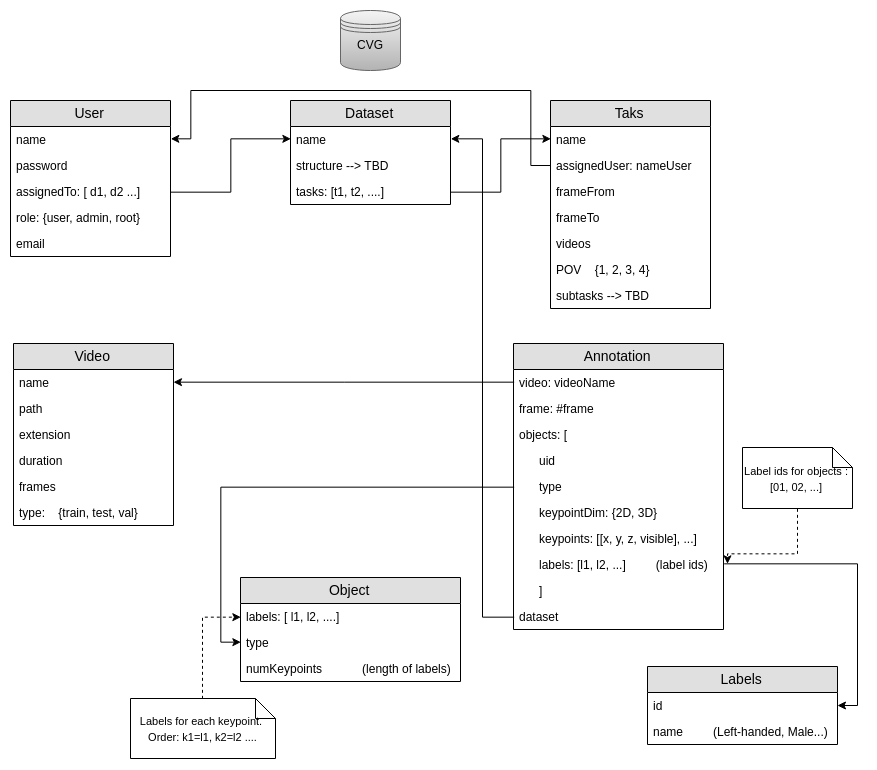
Before: images/CVG_BBDD.png, a diagram exported from draw.io (bonn-activity-maps/bam_annotation_tool). Source tidied: cells renumbered, new cells last; positions are measured from the earlier drawing's top-left corner, leaving out a move shared by most shapes.
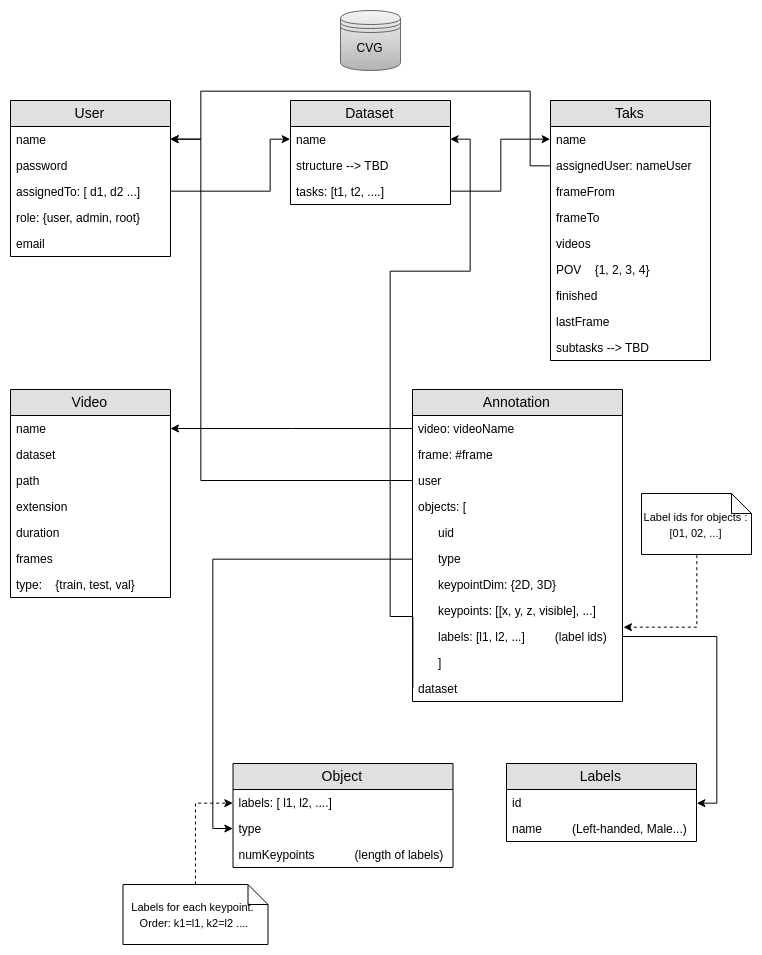
The same file after the commit.

Commit message:
#27 #35 Add task management in database. Add task and annotation parameters in db diagram

Diff of the diagram source:
```diff
@@ -36,10 +36,15 @@
       <mxGeometry y="78" width="160" height="26" as="geometry" />
     </mxCell>
     <mxCell id="13" style="edgeStyle=orthogonalEdgeStyle;rounded=0;jettySize=auto;html=1;exitX=1;exitY=0.5;exitDx=0;exitDy=0;entryX=0;entryY=0.5;entryDx=0;entryDy=0;" parent="1" edge="1" source="6" target="10">
-      <mxGeometry relative="1" as="geometry" />
+      <mxGeometry relative="1" as="geometry">
+        <Array as="points">
+          <mxPoint x="260" y="181" />
+          <mxPoint x="260" y="129" />
+        </Array>
+      </mxGeometry>
     </mxCell>
     <mxCell id="14" value="Annotation" style="swimlane;fontStyle=0;horizontal=1;startSize=26;fillColor=#e0e0e0;swimlaneFillColor=#ffffff;align=center;fontSize=14;" parent="1" vertex="1">
-      <mxGeometry x="503" y="333" width="210" height="286" as="geometry" />
+      <mxGeometry x="402" y="379" width="210" height="312" as="geometry" />
     </mxCell>
     <mxCell id="15" value="video: videoName" style="text;strokeColor=none;fillColor=none;spacingLeft=4;spacingRight=4;overflow=hidden;points=[[0,0.5],[1,0.5]];portConstraint=eastwest;fontSize=12;" parent="14" vertex="1">
       <mxGeometry y="26" width="210" height="26" as="geometry" />
@@ -47,32 +52,35 @@
     <mxCell id="16" value="frame: #frame" style="text;strokeColor=none;fillColor=none;spacingLeft=4;spacingRight=4;overflow=hidden;fontSize=12;" parent="14" vertex="1">
       <mxGeometry y="52" width="210" height="26" as="geometry" />
     </mxCell>
+    <mxCell id="57" value="user" style="text;strokeColor=none;fillColor=none;spacingLeft=4;spacingRight=4;overflow=hidden;points=[[0,0.5],[1,0.5]];portConstraint=eastwest;fontSize=12;" parent="14" vertex="1">
+      <mxGeometry y="78" width="210" height="26" as="geometry" />
+    </mxCell>
     <mxCell id="17" value="objects: [" style="text;strokeColor=none;fillColor=none;spacingLeft=4;spacingRight=4;overflow=hidden;fontSize=12;" parent="14" vertex="1">
-      <mxGeometry y="78" width="210" height="26" as="geometry" />
+      <mxGeometry y="104" width="210" height="26" as="geometry" />
     </mxCell>
     <mxCell id="18" value="      uid" style="text;strokeColor=none;fillColor=none;spacingLeft=4;spacingRight=4;overflow=hidden;fontSize=12;" parent="14" vertex="1">
-      <mxGeometry y="104" width="210" height="26" as="geometry" />
+      <mxGeometry y="130" width="210" height="26" as="geometry" />
     </mxCell>
     <mxCell id="19" value="      type" style="text;strokeColor=none;fillColor=none;spacingLeft=4;spacingRight=4;overflow=hidden;points=[[0,0.5],[1,0.5]];portConstraint=eastwest;fontSize=12;" parent="14" vertex="1">
-      <mxGeometry y="130" width="210" height="26" as="geometry" />
+      <mxGeometry y="156" width="210" height="26" as="geometry" />
     </mxCell>
     <mxCell id="20" value="      keypointDim: {2D, 3D}" style="text;strokeColor=none;fillColor=none;spacingLeft=4;spacingRight=4;overflow=hidden;fontSize=12;" parent="14" vertex="1">
-      <mxGeometry y="156" width="210" height="26" as="geometry" />
+      <mxGeometry y="182" width="210" height="26" as="geometry" />
     </mxCell>
     <mxCell id="21" value="      keypoints: [[x, y, z, visible], ...]" style="text;strokeColor=none;fillColor=none;spacingLeft=4;spacingRight=4;overflow=hidden;fontSize=12;" parent="14" vertex="1">
-      <mxGeometry y="182" width="210" height="26" as="geometry" />
+      <mxGeometry y="208" width="210" height="26" as="geometry" />
     </mxCell>
     <mxCell id="22" value="      labels: [l1, l2, ...]         (label ids)&#10;" style="text;strokeColor=none;fillColor=none;spacingLeft=4;spacingRight=4;overflow=hidden;points=[[0,0.5],[1,0.5]];portConstraint=eastwest;fontSize=12;fontColor=#000000;" parent="14" vertex="1">
-      <mxGeometry y="208" width="210" height="26" as="geometry" />
+      <mxGeometry y="234" width="210" height="26" as="geometry" />
     </mxCell>
     <mxCell id="23" value="      ]                       " style="text;strokeColor=none;fillColor=none;spacingLeft=4;spacingRight=4;overflow=hidden;fontSize=12;" parent="14" vertex="1">
-      <mxGeometry y="234" width="210" height="26" as="geometry" />
+      <mxGeometry y="260" width="210" height="26" as="geometry" />
     </mxCell>
     <mxCell id="24" value="dataset" style="text;strokeColor=none;fillColor=none;spacingLeft=4;spacingRight=4;overflow=hidden;points=[[0,0.5],[1,0.5]];portConstraint=eastwest;fontSize=12;" parent="14" vertex="1">
-      <mxGeometry y="260" width="210" height="26" as="geometry" />
+      <mxGeometry y="286" width="210" height="26" as="geometry" />
     </mxCell>
     <mxCell id="25" value="Object" style="swimlane;fontStyle=0;horizontal=1;startSize=26;fillColor=#e0e0e0;swimlaneFillColor=#ffffff;align=center;fontSize=14;" parent="1" vertex="1">
-      <mxGeometry x="230" y="567" width="220" height="104" as="geometry" />
+      <mxGeometry x="222.5" y="753" width="220" height="104" as="geometry" />
     </mxCell>
     <mxCell id="26" value="labels: [ l1, l2, ....]" style="text;strokeColor=none;fillColor=none;spacingLeft=4;spacingRight=4;overflow=hidden;points=[[0,0.5],[1,0.5]];portConstraint=eastwest;fontSize=12;" parent="25" vertex="1">
       <mxGeometry y="26" width="220" height="26" as="geometry" />
@@ -84,7 +92,7 @@
       <mxGeometry y="78" width="220" height="26" as="geometry" />
     </mxCell>
     <mxCell id="29" value="Labels" style="swimlane;fontStyle=0;horizontal=1;startSize=26;fillColor=#e0e0e0;swimlaneFillColor=#ffffff;align=center;fontSize=14;" parent="1" vertex="1">
-      <mxGeometry x="637" y="656" width="190" height="78" as="geometry" />
+      <mxGeometry x="496" y="753" width="190" height="78" as="geometry" />
     </mxCell>
     <mxCell id="30" value="id" style="text;strokeColor=none;fillColor=none;spacingLeft=4;spacingRight=4;overflow=hidden;points=[[0,0.5],[1,0.5]];portConstraint=eastwest;fontSize=12;" parent="29" vertex="1">
       <mxGeometry y="26" width="190" height="26" as="geometry" />
@@ -93,7 +101,7 @@
       <mxGeometry y="52" width="190" height="26" as="geometry" />
     </mxCell>
     <mxCell id="32" value="Taks" style="swimlane;fontStyle=0;horizontal=1;startSize=26;fillColor=#e0e0e0;swimlaneFillColor=#ffffff;align=center;fontSize=14;" parent="1" vertex="1">
-      <mxGeometry x="540" y="90" width="160" height="208" as="geometry" />
+      <mxGeometry x="540" y="90" width="160" height="260" as="geometry" />
     </mxCell>
     <mxCell id="33" value="name" style="text;strokeColor=none;fillColor=none;spacingLeft=4;spacingRight=4;overflow=hidden;points=[[0,0.5],[1,0.5]];portConstraint=eastwest;fontSize=12;" parent="32" vertex="1">
       <mxGeometry y="26" width="160" height="26" as="geometry" />
@@ -113,8 +121,14 @@
     <mxCell id="38" value="POV    {1, 2, 3, 4}" style="text;strokeColor=none;fillColor=none;spacingLeft=4;spacingRight=4;overflow=hidden;fontSize=12;" parent="32" vertex="1">
       <mxGeometry y="156" width="160" height="26" as="geometry" />
     </mxCell>
+    <mxCell id="58" value="finished&#10;" style="text;strokeColor=none;fillColor=none;spacingLeft=4;spacingRight=4;overflow=hidden;fontSize=12;" parent="32" vertex="1">
+      <mxGeometry y="182" width="160" height="26" as="geometry" />
+    </mxCell>
+    <mxCell id="59" value="lastFrame" style="text;strokeColor=none;fillColor=none;spacingLeft=4;spacingRight=4;overflow=hidden;fontSize=12;" parent="32" vertex="1">
+      <mxGeometry y="208" width="160" height="26" as="geometry" />
+    </mxCell>
     <mxCell id="39" value="subtasks --&gt; TBD" style="text;strokeColor=none;fillColor=none;spacingLeft=4;spacingRight=4;overflow=hidden;fontSize=12;" parent="32" vertex="1">
-      <mxGeometry y="182" width="160" height="26" as="geometry" />
+      <mxGeometry y="234" width="160" height="26" as="geometry" />
     </mxCell>
     <mxCell id="40" style="edgeStyle=orthogonalEdgeStyle;rounded=0;jettySize=auto;html=1;exitX=1;exitY=0.5;exitDx=0;exitDy=0;entryX=0;entryY=0.5;entryDx=0;entryDy=0;" parent="1" edge="1" source="12" target="33">
       <mxGeometry relative="1" as="geometry" />
@@ -123,9 +137,9 @@
       <mxGeometry relative="1" as="geometry">
         <Array as="points">
           <mxPoint x="520" y="155" />
-          <mxPoint x="520" y="80" />
-          <mxPoint x="180" y="80" />
-          <mxPoint x="180" y="129" />
+          <mxPoint x="520" y="81" />
+          <mxPoint x="190" y="81" />
+          <mxPoint x="190" y="129" />
         </Array>
       </mxGeometry>
     </mxCell>
@@ -135,50 +149,63 @@
     <mxCell id="43" style="edgeStyle=orthogonalEdgeStyle;rounded=0;jettySize=auto;html=1;exitX=1;exitY=0.5;exitDx=0;exitDy=0;entryX=1;entryY=0.5;entryDx=0;entryDy=0;fontColor=#000000;" parent="1" edge="1" source="22" target="30">
       <mxGeometry relative="1" as="geometry" />
     </mxCell>
-    <mxCell id="44" style="edgeStyle=orthogonalEdgeStyle;rounded=0;jettySize=auto;html=1;exitX=0.5;exitY=1;exitDx=0;exitDy=0;exitPerimeter=0;dashed=1;fontColor=#000000;" parent="1" edge="1" source="45">
-      <mxGeometry relative="1" as="geometry">
-        <mxPoint x="717" y="553" as="targetPoint" />
-        <Array as="points">
-          <mxPoint x="787" y="543" />
-          <mxPoint x="717" y="543" />
-        </Array>
-      </mxGeometry>
-    </mxCell>
+    <mxCell id="60" style="edgeStyle=orthogonalEdgeStyle;rounded=0;jettySize=auto;html=1;exitX=0.5;exitY=1;exitDx=0;exitDy=0;exitPerimeter=0;entryX=1.005;entryY=0.141;entryDx=0;entryDy=0;entryPerimeter=0;dashed=1;" parent="1" edge="1" source="45" target="22">
+      <mxGeometry relative="1" as="geometry" />
+    </mxCell>
     <mxCell id="45" value="&lt;font style=&quot;font-size: 11px&quot;&gt;Label ids for objects : [01, 02, ...]&lt;/font&gt;" style="shape=note;strokeWidth=1;fontSize=14;size=20;whiteSpace=wrap;html=1;" parent="1" vertex="1">
-      <mxGeometry x="732" y="437" width="110" height="61" as="geometry" />
+      <mxGeometry x="631" y="483" width="110" height="61" as="geometry" />
     </mxCell>
     <mxCell id="46" style="edgeStyle=orthogonalEdgeStyle;rounded=0;jettySize=auto;html=1;exitX=0.5;exitY=0;exitDx=0;exitDy=0;exitPerimeter=0;entryX=0;entryY=0.5;entryDx=0;entryDy=0;dashed=1;fontColor=#000000;" parent="1" edge="1" source="47" target="26">
       <mxGeometry relative="1" as="geometry" />
     </mxCell>
     <mxCell id="47" value="&lt;font style=&quot;font-size: 11px&quot;&gt;Labels for each keypoint. &lt;br&gt;Order: k1=l1, k2=l2 ....&lt;/font&gt;" style="shape=note;strokeWidth=1;fontSize=14;size=20;whiteSpace=wrap;html=1;" parent="1" vertex="1">
-      <mxGeometry x="120" y="688" width="145" height="60" as="geometry" />
+      <mxGeometry x="112.5" y="874" width="145" height="60" as="geometry" />
     </mxCell>
     <mxCell id="48" style="edgeStyle=orthogonalEdgeStyle;rounded=0;jettySize=auto;html=1;exitX=0;exitY=0.5;exitDx=0;exitDy=0;entryX=1;entryY=0.5;entryDx=0;entryDy=0;" parent="1" edge="1" source="24" target="10">
-      <mxGeometry relative="1" as="geometry" />
+      <mxGeometry relative="1" as="geometry">
+        <Array as="points">
+          <mxPoint x="402" y="606" />
+          <mxPoint x="380" y="606" />
+          <mxPoint x="380" y="261" />
+          <mxPoint x="460" y="261" />
+          <mxPoint x="460" y="129" />
+        </Array>
+      </mxGeometry>
     </mxCell>
     <mxCell id="49" value="Video" style="swimlane;fontStyle=0;horizontal=1;startSize=26;fillColor=#e0e0e0;swimlaneFillColor=#ffffff;align=center;fontSize=14;" parent="1" vertex="1">
-      <mxGeometry x="3" y="333" width="160" height="182" as="geometry" />
+      <mxGeometry y="379" width="160" height="208" as="geometry" />
     </mxCell>
     <mxCell id="50" value="name" style="text;strokeColor=none;fillColor=none;spacingLeft=4;spacingRight=4;overflow=hidden;points=[[0,0.5],[1,0.5]];portConstraint=eastwest;fontSize=12;" parent="49" vertex="1">
       <mxGeometry y="26" width="160" height="26" as="geometry" />
     </mxCell>
+    <mxCell id="61" value="dataset" style="text;strokeColor=none;fillColor=none;spacingLeft=4;spacingRight=4;overflow=hidden;fontSize=12;" parent="49" vertex="1">
+      <mxGeometry y="52" width="160" height="26" as="geometry" />
+    </mxCell>
     <mxCell id="51" value="path" style="text;strokeColor=none;fillColor=none;spacingLeft=4;spacingRight=4;overflow=hidden;fontSize=12;" parent="49" vertex="1">
-      <mxGeometry y="52" width="160" height="26" as="geometry" />
+      <mxGeometry y="78" width="160" height="26" as="geometry" />
     </mxCell>
     <mxCell id="52" value="extension" style="text;strokeColor=none;fillColor=none;spacingLeft=4;spacingRight=4;overflow=hidden;fontSize=12;" parent="49" vertex="1">
-      <mxGeometry y="78" width="160" height="26" as="geometry" />
+      <mxGeometry y="104" width="160" height="26" as="geometry" />
     </mxCell>
     <mxCell id="53" value="duration" style="text;strokeColor=none;fillColor=none;spacingLeft=4;spacingRight=4;overflow=hidden;fontSize=12;" parent="49" vertex="1">
-      <mxGeometry y="104" width="160" height="26" as="geometry" />
+      <mxGeometry y="130" width="160" height="26" as="geometry" />
     </mxCell>
     <mxCell id="54" value="frames&#10;" style="text;strokeColor=none;fillColor=none;spacingLeft=4;spacingRight=4;overflow=hidden;fontSize=12;" parent="49" vertex="1">
-      <mxGeometry y="130" width="160" height="26" as="geometry" />
+      <mxGeometry y="156" width="160" height="26" as="geometry" />
     </mxCell>
     <mxCell id="55" value="type:    {train, test, val}&#10;" style="text;strokeColor=none;fillColor=none;spacingLeft=4;spacingRight=4;overflow=hidden;fontSize=12;" parent="49" vertex="1">
-      <mxGeometry y="156" width="160" height="26" as="geometry" />
+      <mxGeometry y="182" width="160" height="26" as="geometry" />
     </mxCell>
     <mxCell id="56" style="edgeStyle=orthogonalEdgeStyle;rounded=0;jettySize=auto;html=1;exitX=0;exitY=0.5;exitDx=0;exitDy=0;" parent="1" edge="1" source="15" target="50">
       <mxGeometry relative="1" as="geometry" />
     </mxCell>
+    <mxCell id="62" style="edgeStyle=orthogonalEdgeStyle;rounded=0;jettySize=auto;html=1;exitX=0;exitY=0.5;exitDx=0;exitDy=0;entryX=1;entryY=0.5;entryDx=0;entryDy=0;" parent="1" edge="1" source="57" target="4">
+      <mxGeometry relative="1" as="geometry">
+        <Array as="points">
+          <mxPoint x="190" y="470" />
+          <mxPoint x="190" y="129" />
+        </Array>
+      </mxGeometry>
+    </mxCell>
   </root>
 </mxGraphModel>
```
